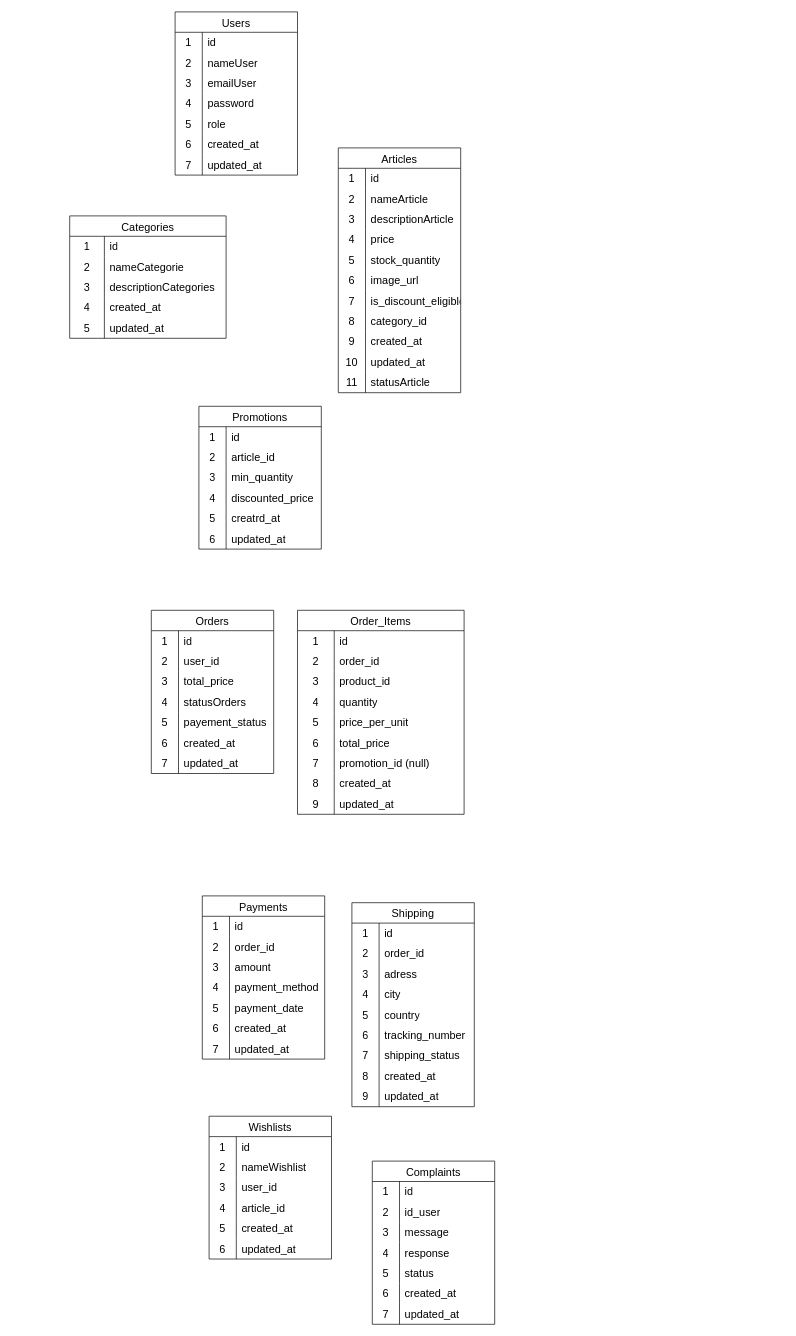
This is Diagramme AEC.drawio from exau2022/ddd, a draw.io file, before an edit. Source tidied: cells renumbered, new cells numbered last; positions are measured from the earlier drawing's top-left corner, leaving out a move shared by most shapes. Both pictures are drawn from the tidied source at 68%, with x=0, y=0 at pixel (69, 12).
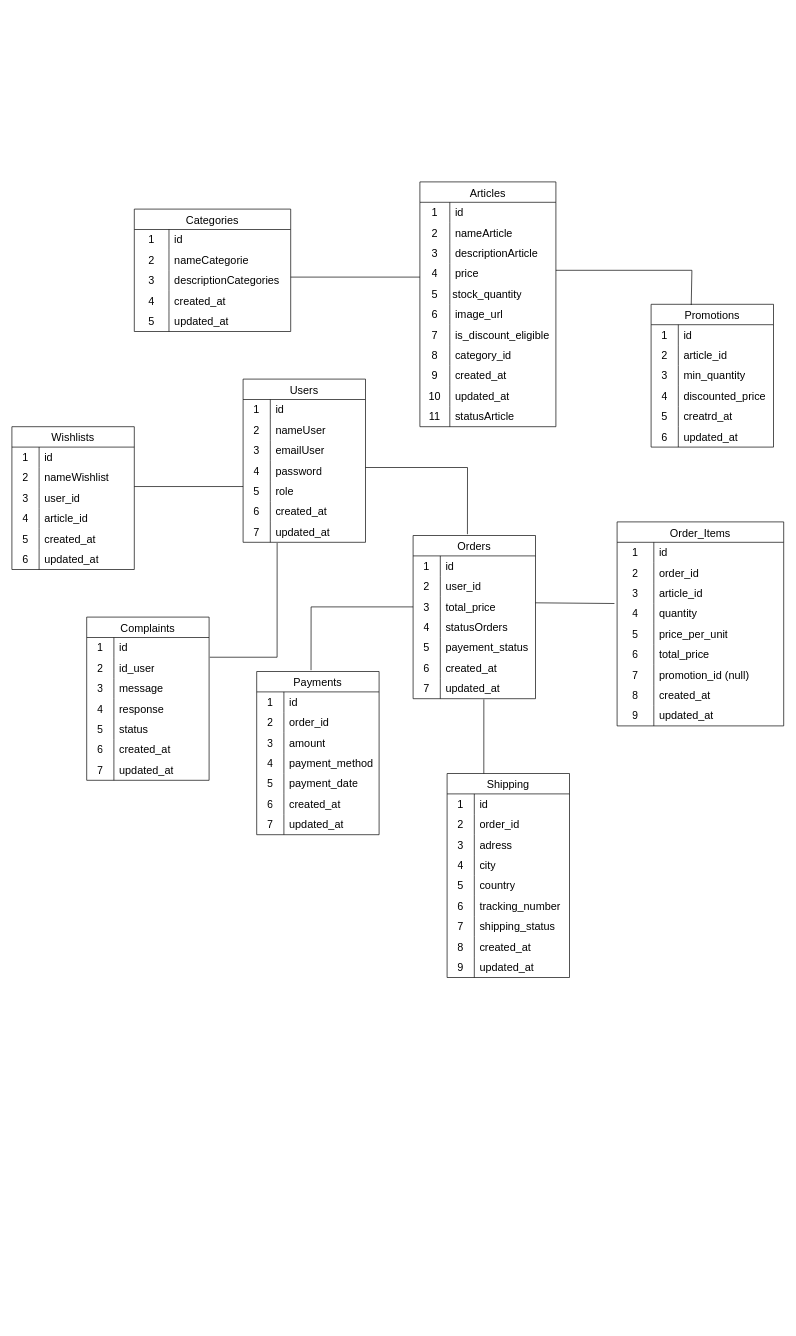
After the change.

Commit message:
Mettre à jour Diagramme AEC.drawio

Unchanged cells that the change refers to:
```xml
<mxCell id="9" style="shape=tableRow;horizontal=0;startSize=0;swimlaneHead=0;swimlaneBody=0;top=0;left=0;bottom=0;right=0;fillColor=none;points=[[0,0.5],[1,0.5]];portConstraint=eastwest;strokeColor=inherit;fontSize=16;" parent="2" vertex="1">
  <mxGeometry y="90" width="230" height="30" as="geometry" />
</mxCell>
<mxCell id="79" style="shape=tableRow;horizontal=0;startSize=0;swimlaneHead=0;swimlaneBody=0;top=0;left=0;bottom=0;right=0;fillColor=none;strokeColor=inherit;fontSize=16;" parent="72" vertex="1">
  <mxGeometry y="90" width="245" height="30" as="geometry" />
</mxCell>
<mxCell id="82" style="shape=tableRow;horizontal=0;startSize=0;swimlaneHead=0;swimlaneBody=0;top=0;left=0;bottom=0;right=0;fillColor=none;points=[[0,0.5],[1,0.5]];portConstraint=eastwest;strokeColor=inherit;fontSize=16;" parent="72" vertex="1">
  <mxGeometry y="120" width="245" height="30" as="geometry" />
</mxCell>
<mxCell id="113" style="shape=tableRow;horizontal=0;startSize=0;swimlaneHead=0;swimlaneBody=0;top=0;left=0;bottom=0;right=0;fillColor=none;points=[[0,0.5],[1,0.5]];portConstraint=eastwest;strokeColor=inherit;fontSize=16;" parent="100" vertex="1">
  <mxGeometry y="150" width="180" height="30" as="geometry" />
</mxCell>
<mxCell id="119" style="shape=tableRow;horizontal=0;startSize=0;swimlaneHead=0;swimlaneBody=0;top=0;left=0;bottom=0;right=0;fillColor=none;points=[[0,0.5],[1,0.5]];portConstraint=eastwest;strokeColor=inherit;fontSize=16;" parent="100" vertex="1">
  <mxGeometry y="210" width="180" height="30" as="geometry" />
</mxCell>
<mxCell id="129" style="shape=tableRow;horizontal=0;startSize=0;swimlaneHead=0;swimlaneBody=0;top=0;left=0;bottom=0;right=0;fillColor=none;points=[[0,0.5],[1,0.5]];portConstraint=eastwest;strokeColor=inherit;fontSize=16;" parent="122" vertex="1">
  <mxGeometry y="90" width="180" height="30" as="geometry" />
</mxCell>
<mxCell id="141" style="shape=tableRow;horizontal=0;startSize=0;swimlaneHead=0;swimlaneBody=0;top=0;left=0;bottom=0;right=0;fillColor=none;points=[[0,0.5],[1,0.5]];portConstraint=eastwest;strokeColor=inherit;fontSize=16;" parent="122" vertex="1">
  <mxGeometry y="210" width="180" height="30" as="geometry" />
</mxCell>
<mxCell id="217" style="shape=tableRow;horizontal=0;startSize=0;swimlaneHead=0;swimlaneBody=0;top=0;left=0;bottom=0;right=0;fillColor=none;points=[[0,0.5],[1,0.5]];portConstraint=eastwest;strokeColor=inherit;fontSize=16;" parent="213" vertex="1">
  <mxGeometry y="60" width="180" height="30" as="geometry" />
</mxCell>
```

Change to the diagram source:
```diff
@@
     <mxCell id="2" value="Categories" style="shape=table;startSize=30;childLayout=tableLayout;rowLines=0;fontStyle=0;strokeColor=default;fontSize=16;" parent="1" vertex="1">
-      <mxGeometry y="300" width="230" height="180" as="geometry" />
+      <mxGeometry x="95" y="290" width="230" height="180" as="geometry" />
     </mxCell>
@@
     <mxCell id="18" value="Articles" style="shape=table;startSize=30;childLayout=tableLayout;rowLines=0;fontStyle=0;strokeColor=default;fontSize=16;" parent="1" vertex="1">
-      <mxGeometry x="395" y="200" width="180" height="360" as="geometry" />
+      <mxGeometry x="515" y="250" width="200" height="360" as="geometry" />
     </mxCell>
     <mxCell id="19" style="shape=tableRow;horizontal=0;startSize=0;swimlaneHead=0;swimlaneBody=0;top=0;left=0;bottom=0;right=0;fillColor=none;strokeColor=inherit;fontSize=16;" parent="18" vertex="1">
-      <mxGeometry y="30" width="180" height="30" as="geometry" />
+      <mxGeometry y="30" width="200" height="30" as="geometry" />
     </mxCell>
     <mxCell id="20" value="1" style="shape=partialRectangle;html=1;whiteSpace=wrap;fillColor=none;top=0;left=0;bottom=0;right=0;overflow=hidden;strokeColor=inherit;fontSize=16;" parent="19" vertex="1">
-      <mxGeometry width="40" height="30" as="geometry" />
+      <mxGeometry width="44" height="30" as="geometry" />
     </mxCell>
     <mxCell id="21" value="id" style="shape=partialRectangle;html=1;whiteSpace=wrap;fillColor=none;top=0;left=0;bottom=0;right=0;align=left;spacingLeft=6;overflow=hidden;strokeColor=inherit;fontSize=16;" parent="19" vertex="1">
-      <mxGeometry x="40" width="140" height="30" as="geometry" />
+      <mxGeometry x="44" width="156" height="30" as="geometry" />
     </mxCell>
     <mxCell id="22" style="shape=tableRow;horizontal=0;startSize=0;swimlaneHead=0;swimlaneBody=0;top=0;left=0;bottom=0;right=0;fillColor=none;strokeColor=inherit;fontSize=16;" parent="18" vertex="1">
-      <mxGeometry y="60" width="180" height="30" as="geometry" />
+      <mxGeometry y="60" width="200" height="30" as="geometry" />
     </mxCell>
     <mxCell id="23" value="2" style="shape=partialRectangle;html=1;whiteSpace=wrap;fillColor=none;top=0;left=0;bottom=0;right=0;overflow=hidden;strokeColor=inherit;fontSize=16;" parent="22" vertex="1">
-      <mxGeometry width="40" height="30" as="geometry" />
+      <mxGeometry width="44" height="30" as="geometry" />
     </mxCell>
     <mxCell id="24" value="nameArticle" style="shape=partialRectangle;html=1;whiteSpace=wrap;fillColor=none;top=0;left=0;bottom=0;right=0;align=left;spacingLeft=6;overflow=hidden;strokeColor=inherit;fontSize=16;" parent="22" vertex="1">
-      <mxGeometry x="40" width="140" height="30" as="geometry" />
+      <mxGeometry x="44" width="156" height="30" as="geometry" />
     </mxCell>
     <mxCell id="25" style="shape=tableRow;horizontal=0;startSize=0;swimlaneHead=0;swimlaneBody=0;top=0;left=0;bottom=0;right=0;fillColor=none;strokeColor=inherit;fontSize=16;" parent="18" vertex="1">
-      <mxGeometry y="90" width="180" height="30" as="geometry" />
+      <mxGeometry y="90" width="200" height="30" as="geometry" />
     </mxCell>
     <mxCell id="26" value="3" style="shape=partialRectangle;html=1;whiteSpace=wrap;fillColor=none;top=0;left=0;bottom=0;right=0;overflow=hidden;strokeColor=inherit;fontSize=16;" parent="25" vertex="1">
-      <mxGeometry width="40" height="30" as="geometry" />
+      <mxGeometry width="44" height="30" as="geometry" />
     </mxCell>
     <mxCell id="27" value="descriptionArticle" style="shape=partialRectangle;html=1;whiteSpace=wrap;fillColor=none;top=0;left=0;bottom=0;right=0;align=left;spacingLeft=6;overflow=hidden;strokeColor=inherit;fontSize=16;" parent="25" vertex="1">
-      <mxGeometry x="40" width="140" height="30" as="geometry" />
+      <mxGeometry x="44" width="156" height="30" as="geometry" />
     </mxCell>
     <mxCell id="28" style="shape=tableRow;horizontal=0;startSize=0;swimlaneHead=0;swimlaneBody=0;top=0;left=0;bottom=0;right=0;fillColor=none;strokeColor=inherit;fontSize=16;" parent="18" vertex="1">
-      <mxGeometry y="120" width="180" height="30" as="geometry" />
+      <mxGeometry y="120" width="200" height="30" as="geometry" />
     </mxCell>
     <mxCell id="29" value="4" style="shape=partialRectangle;html=1;whiteSpace=wrap;fillColor=none;top=0;left=0;bottom=0;right=0;overflow=hidden;strokeColor=inherit;fontSize=16;" parent="28" vertex="1">
-      <mxGeometry width="40" height="30" as="geometry" />
+      <mxGeometry width="44" height="30" as="geometry" />
     </mxCell>
     <mxCell id="30" value="price" style="shape=partialRectangle;html=1;whiteSpace=wrap;fillColor=none;top=0;left=0;bottom=0;right=0;align=left;spacingLeft=6;overflow=hidden;strokeColor=inherit;fontSize=16;" parent="28" vertex="1">
-      <mxGeometry x="40" width="140" height="30" as="geometry" />
+      <mxGeometry x="44" width="156" height="30" as="geometry" />
     </mxCell>
     <mxCell id="31" style="shape=tableRow;horizontal=0;startSize=0;swimlaneHead=0;swimlaneBody=0;top=0;left=0;bottom=0;right=0;fillColor=none;strokeColor=inherit;fontSize=16;" parent="18" vertex="1">
-      <mxGeometry y="150" width="180" height="30" as="geometry" />
+      <mxGeometry y="150" width="200" height="30" as="geometry" />
     </mxCell>
     <mxCell id="32" value="5" style="shape=partialRectangle;html=1;whiteSpace=wrap;fillColor=none;top=0;left=0;bottom=0;right=0;overflow=hidden;strokeColor=inherit;fontSize=16;" parent="31" vertex="1">
-      <mxGeometry width="40" height="30" as="geometry" />
+      <mxGeometry width="44" height="30" as="geometry" />
     </mxCell>
     <mxCell id="33" style="shape=partialRectangle;html=1;whiteSpace=wrap;fillColor=none;top=0;left=0;bottom=0;right=0;align=left;spacingLeft=6;overflow=hidden;strokeColor=inherit;fontSize=16;" parent="31" vertex="1">
-      <mxGeometry x="40" width="140" height="30" as="geometry" />
+      <mxGeometry x="44" width="156" height="30" as="geometry" />
     </mxCell>
     <mxCell id="34" style="shape=tableRow;horizontal=0;startSize=0;swimlaneHead=0;swimlaneBody=0;top=0;left=0;bottom=0;right=0;fillColor=none;strokeColor=inherit;fontSize=16;" parent="18" vertex="1">
-      <mxGeometry y="180" width="180" height="30" as="geometry" />
+      <mxGeometry y="180" width="200" height="30" as="geometry" />
     </mxCell>
     <mxCell id="35" value="6" style="shape=partialRectangle;html=1;whiteSpace=wrap;fillColor=none;top=0;left=0;bottom=0;right=0;overflow=hidden;strokeColor=inherit;fontSize=16;" parent="34" vertex="1">
-      <mxGeometry width="40" height="30" as="geometry" />
+      <mxGeometry width="44" height="30" as="geometry" />
     </mxCell>
     <mxCell id="36" value="image_url" style="shape=partialRectangle;html=1;whiteSpace=wrap;fillColor=none;top=0;left=0;bottom=0;right=0;align=left;spacingLeft=6;overflow=hidden;strokeColor=inherit;fontSize=16;" parent="34" vertex="1">
-      <mxGeometry x="40" width="140" height="30" as="geometry" />
+      <mxGeometry x="44" width="156" height="30" as="geometry" />
     </mxCell>
     <mxCell id="37" style="shape=tableRow;horizontal=0;startSize=0;swimlaneHead=0;swimlaneBody=0;top=0;left=0;bottom=0;right=0;fillColor=none;strokeColor=inherit;fontSize=16;" parent="18" vertex="1">
-      <mxGeometry y="210" width="180" height="30" as="geometry" />
+      <mxGeometry y="210" width="200" height="30" as="geometry" />
     </mxCell>
     <mxCell id="38" value="7" style="shape=partialRectangle;html=1;whiteSpace=wrap;fillColor=none;top=0;left=0;bottom=0;right=0;overflow=hidden;strokeColor=inherit;fontSize=16;" parent="37" vertex="1">
-      <mxGeometry width="40" height="30" as="geometry" />
+      <mxGeometry width="44" height="30" as="geometry" />
     </mxCell>
     <mxCell id="39" value="is_discount_eligible" style="shape=partialRectangle;html=1;whiteSpace=wrap;fillColor=none;top=0;left=0;bottom=0;right=0;align=left;spacingLeft=6;overflow=hidden;strokeColor=inherit;fontSize=16;" parent="37" vertex="1">
-      <mxGeometry x="40" width="140" height="30" as="geometry" />
+      <mxGeometry x="44" width="156" height="30" as="geometry" />
     </mxCell>
     <mxCell id="40" style="shape=tableRow;horizontal=0;startSize=0;swimlaneHead=0;swimlaneBody=0;top=0;left=0;bottom=0;right=0;fillColor=none;strokeColor=inherit;fontSize=16;" parent="18" vertex="1">
-      <mxGeometry y="240" width="180" height="30" as="geometry" />
+      <mxGeometry y="240" width="200" height="30" as="geometry" />
     </mxCell>
     <mxCell id="41" value="8" style="shape=partialRectangle;html=1;whiteSpace=wrap;fillColor=none;top=0;left=0;bottom=0;right=0;overflow=hidden;strokeColor=inherit;fontSize=16;" parent="40" vertex="1">
-      <mxGeometry width="40" height="30" as="geometry" />
+      <mxGeometry width="44" height="30" as="geometry" />
     </mxCell>
     <mxCell id="42" value="category_id" style="shape=partialRectangle;html=1;whiteSpace=wrap;fillColor=none;top=0;left=0;bottom=0;right=0;align=left;spacingLeft=6;overflow=hidden;strokeColor=inherit;fontSize=16;" parent="40" vertex="1">
-      <mxGeometry x="40" width="140" height="30" as="geometry" />
+      <mxGeometry x="44" width="156" height="30" as="geometry" />
     </mxCell>
     <mxCell id="43" style="shape=tableRow;horizontal=0;startSize=0;swimlaneHead=0;swimlaneBody=0;top=0;left=0;bottom=0;right=0;fillColor=none;strokeColor=inherit;fontSize=16;" parent="18" vertex="1">
-      <mxGeometry y="270" width="180" height="30" as="geometry" />
+      <mxGeometry y="270" width="200" height="30" as="geometry" />
     </mxCell>
     <mxCell id="44" value="9" style="shape=partialRectangle;html=1;whiteSpace=wrap;fillColor=none;top=0;left=0;bottom=0;right=0;overflow=hidden;strokeColor=inherit;fontSize=16;" parent="43" vertex="1">
-      <mxGeometry width="40" height="30" as="geometry" />
+      <mxGeometry width="44" height="30" as="geometry" />
     </mxCell>
     <mxCell id="45" value="created_at" style="shape=partialRectangle;html=1;whiteSpace=wrap;fillColor=none;top=0;left=0;bottom=0;right=0;align=left;spacingLeft=6;overflow=hidden;strokeColor=inherit;fontSize=16;" parent="43" vertex="1">
-      <mxGeometry x="40" width="140" height="30" as="geometry" />
+      <mxGeometry x="44" width="156" height="30" as="geometry" />
     </mxCell>
     <mxCell id="46" style="shape=tableRow;horizontal=0;startSize=0;swimlaneHead=0;swimlaneBody=0;top=0;left=0;bottom=0;right=0;fillColor=none;strokeColor=inherit;fontSize=16;" parent="18" vertex="1">
-      <mxGeometry y="300" width="180" height="30" as="geometry" />
+      <mxGeometry y="300" width="200" height="30" as="geometry" />
     </mxCell>
     <mxCell id="47" value="10" style="shape=partialRectangle;html=1;whiteSpace=wrap;fillColor=none;top=0;left=0;bottom=0;right=0;overflow=hidden;strokeColor=inherit;fontSize=16;" parent="46" vertex="1">
-      <mxGeometry width="40" height="30" as="geometry" />
+      <mxGeometry width="44" height="30" as="geometry" />
     </mxCell>
     <mxCell id="48" value="updated_at" style="shape=partialRectangle;html=1;whiteSpace=wrap;fillColor=none;top=0;left=0;bottom=0;right=0;align=left;spacingLeft=6;overflow=hidden;strokeColor=inherit;fontSize=16;" parent="46" vertex="1">
-      <mxGeometry x="40" width="140" height="30" as="geometry" />
+      <mxGeometry x="44" width="156" height="30" as="geometry" />
     </mxCell>
     <mxCell id="49" style="shape=tableRow;horizontal=0;startSize=0;swimlaneHead=0;swimlaneBody=0;top=0;left=0;bottom=0;right=0;fillColor=none;strokeColor=inherit;fontSize=16;" parent="18" vertex="1">
-      <mxGeometry y="330" width="180" height="30" as="geometry" />
+      <mxGeometry y="330" width="200" height="30" as="geometry" />
     </mxCell>
     <mxCell id="50" value="11" style="shape=partialRectangle;html=1;whiteSpace=wrap;fillColor=none;top=0;left=0;bottom=0;right=0;overflow=hidden;strokeColor=inherit;fontSize=16;" parent="49" vertex="1">
-      <mxGeometry width="40" height="30" as="geometry" />
+      <mxGeometry width="44" height="30" as="geometry" />
     </mxCell>
     <mxCell id="51" value="statusArticle" style="shape=partialRectangle;html=1;whiteSpace=wrap;fillColor=none;top=0;left=0;bottom=0;right=0;align=left;spacingLeft=6;overflow=hidden;strokeColor=inherit;fontSize=16;" parent="49" vertex="1">
-      <mxGeometry x="40" width="140" height="30" as="geometry" />
+      <mxGeometry x="44" width="156" height="30" as="geometry" />
     </mxCell>
     <mxCell id="52" value="Promotions" style="shape=table;startSize=30;childLayout=tableLayout;rowLines=0;fontStyle=0;strokeColor=default;fontSize=16;" parent="1" vertex="1">
-      <mxGeometry x="190" y="580" width="180" height="210" as="geometry" />
+      <mxGeometry x="855" y="430" width="180" height="210" as="geometry" />
     </mxCell>
@@
     <mxCell id="71" value="stock_quantity" style="shape=partialRectangle;html=1;whiteSpace=wrap;fillColor=none;top=0;left=0;bottom=0;right=0;align=left;spacingLeft=6;overflow=hidden;strokeColor=inherit;fontSize=16;" parent="1" vertex="1">
-      <mxGeometry x="435" y="350" width="140" height="30" as="geometry" />
+      <mxGeometry x="555" y="400" width="140" height="30" as="geometry" />
     </mxCell>
     <mxCell id="72" value="Order_Items" style="shape=table;startSize=30;childLayout=tableLayout;rowLines=0;fontStyle=0;strokeColor=default;fontSize=16;" parent="1" vertex="1">
-      <mxGeometry x="335" y="880" width="245" height="300" as="geometry" />
+      <mxGeometry x="805" y="750" width="245" height="300" as="geometry" />
     </mxCell>
@@
-    <mxCell id="81" value="product_id" style="shape=partialRectangle;html=1;whiteSpace=wrap;fillColor=none;top=0;left=0;bottom=0;right=0;align=left;spacingLeft=6;overflow=hidden;strokeColor=inherit;fontSize=16;" parent="79" vertex="1">
+    <mxCell id="81" value="article_id" style="shape=partialRectangle;html=1;whiteSpace=wrap;fillColor=none;top=0;left=0;bottom=0;right=0;align=left;spacingLeft=6;overflow=hidden;strokeColor=inherit;fontSize=16;" parent="79" vertex="1">
       <mxGeometry x="54" width="191" height="30" as="geometry" />
     </mxCell>
@@
     <mxCell id="100" value="Users" style="shape=table;startSize=30;childLayout=tableLayout;rowLines=0;fontStyle=0;strokeColor=default;fontSize=16;" parent="1" vertex="1">
-      <mxGeometry x="155" width="180" height="240" as="geometry" />
+      <mxGeometry x="255" y="540" width="180" height="240" as="geometry" />
     </mxCell>
@@
     <mxCell id="122" value="Orders" style="shape=table;startSize=30;childLayout=tableLayout;rowLines=0;fontStyle=0;strokeColor=default;fontSize=16;" parent="1" vertex="1">
-      <mxGeometry x="120" y="880" width="180" height="240" as="geometry" />
+      <mxGeometry x="505" y="770" width="180" height="240" as="geometry" />
     </mxCell>
@@
     <mxCell id="144" value="Payments" style="shape=table;startSize=30;childLayout=tableLayout;rowLines=0;fontStyle=0;strokeColor=default;fontSize=16;" parent="1" vertex="1">
-      <mxGeometry x="195" y="1300" width="180" height="240" as="geometry" />
+      <mxGeometry x="275" y="970" width="180" height="240" as="geometry" />
     </mxCell>
@@
     <mxCell id="166" value="Shipping" style="shape=table;startSize=30;childLayout=tableLayout;rowLines=0;fontStyle=0;strokeColor=default;fontSize=16;" parent="1" vertex="1">
-      <mxGeometry x="415" y="1310" width="180" height="300" as="geometry" />
+      <mxGeometry x="555" y="1120" width="180" height="300" as="geometry" />
     </mxCell>
@@
     <mxCell id="194" value="Wishlists" style="shape=table;startSize=30;childLayout=tableLayout;rowLines=0;fontStyle=0;strokeColor=default;fontSize=16;" parent="1" vertex="1">
-      <mxGeometry x="205" y="1624" width="180" height="210" as="geometry" />
+      <mxGeometry x="-85" y="610" width="180" height="210" as="geometry" />
     </mxCell>
@@
     <mxCell id="213" value="Complaints" style="shape=table;startSize=30;childLayout=tableLayout;rowLines=0;fontStyle=0;strokeColor=default;fontSize=16;" parent="1" vertex="1">
-      <mxGeometry x="445" y="1690" width="180" height="240" as="geometry" />
+      <mxGeometry x="25" y="890" width="180" height="240" as="geometry" />
     </mxCell>
@@
+    <mxCell id="235" style="endArrow=none;html=1;rounded=0;" parent="1" edge="1" source="9">
+      <mxGeometry relative="1" as="geometry">
+        <mxPoint x="515" y="390" as="targetPoint" />
+        <Array as="points">
+          <mxPoint x="325" y="390" />
+        </Array>
+      </mxGeometry>
+    </mxCell>
+    <mxCell id="236" style="endArrow=none;html=1;rounded=0;entryX=0.328;entryY=0.005;entryDx=0;entryDy=0;entryPerimeter=0;" parent="1" edge="1" target="52">
+      <mxGeometry relative="1" as="geometry">
+        <mxPoint x="715" y="380" as="sourcePoint" />
+        <Array as="points">
+          <mxPoint x="915" y="380" />
+        </Array>
+      </mxGeometry>
+    </mxCell>
+    <mxCell id="237" style="endArrow=none;html=1;rounded=0;entryX=-0.016;entryY=0;entryDx=0;entryDy=0;entryPerimeter=0;exitX=1;exitY=0.3;exitDx=0;exitDy=0;exitPerimeter=0;" parent="1" edge="1" source="129" target="82">
+      <mxGeometry relative="1" as="geometry" />
+    </mxCell>
+    <mxCell id="238" style="endArrow=none;html=1;rounded=0;entryX=0.444;entryY=-0.008;entryDx=0;entryDy=0;entryPerimeter=0;" parent="1" edge="1" target="122">
+      <mxGeometry relative="1" as="geometry">
+        <mxPoint x="435" y="670" as="sourcePoint" />
+        <Array as="points">
+          <mxPoint x="585" y="670" />
+        </Array>
+      </mxGeometry>
+    </mxCell>
+    <mxCell id="239" style="endArrow=none;html=1;rounded=0;entryX=0;entryY=0.267;entryDx=0;entryDy=0;entryPerimeter=0;" parent="1" edge="1" target="113">
+      <mxGeometry relative="1" as="geometry">
+        <mxPoint x="95" y="698" as="sourcePoint" />
+      </mxGeometry>
+    </mxCell>
+    <mxCell id="240" style="endArrow=none;html=1;rounded=0;entryX=0;entryY=0.5;entryDx=0;entryDy=0;exitX=0.444;exitY=-0.008;exitDx=0;exitDy=0;exitPerimeter=0;" parent="1" edge="1" source="144" target="129">
+      <mxGeometry relative="1" as="geometry">
+        <Array as="points">
+          <mxPoint x="355" y="875" />
+        </Array>
+      </mxGeometry>
+    </mxCell>
+    <mxCell id="241" style="endArrow=none;html=1;rounded=0;entryX=0.578;entryY=1.033;entryDx=0;entryDy=0;entryPerimeter=0;" parent="1" edge="1" target="141">
+      <mxGeometry relative="1" as="geometry">
+        <mxPoint x="609" y="1120" as="sourcePoint" />
+      </mxGeometry>
+    </mxCell>
+    <mxCell id="242" style="endArrow=none;html=1;rounded=0;entryX=0.278;entryY=1.033;entryDx=0;entryDy=0;entryPerimeter=0;exitX=1.006;exitY=-0.033;exitDx=0;exitDy=0;exitPerimeter=0;" parent="1" edge="1" source="217" target="119">
+      <mxGeometry relative="1" as="geometry">
+        <Array as="points">
+          <mxPoint x="305" y="949" />
+        </Array>
+      </mxGeometry>
+    </mxCell>
```
